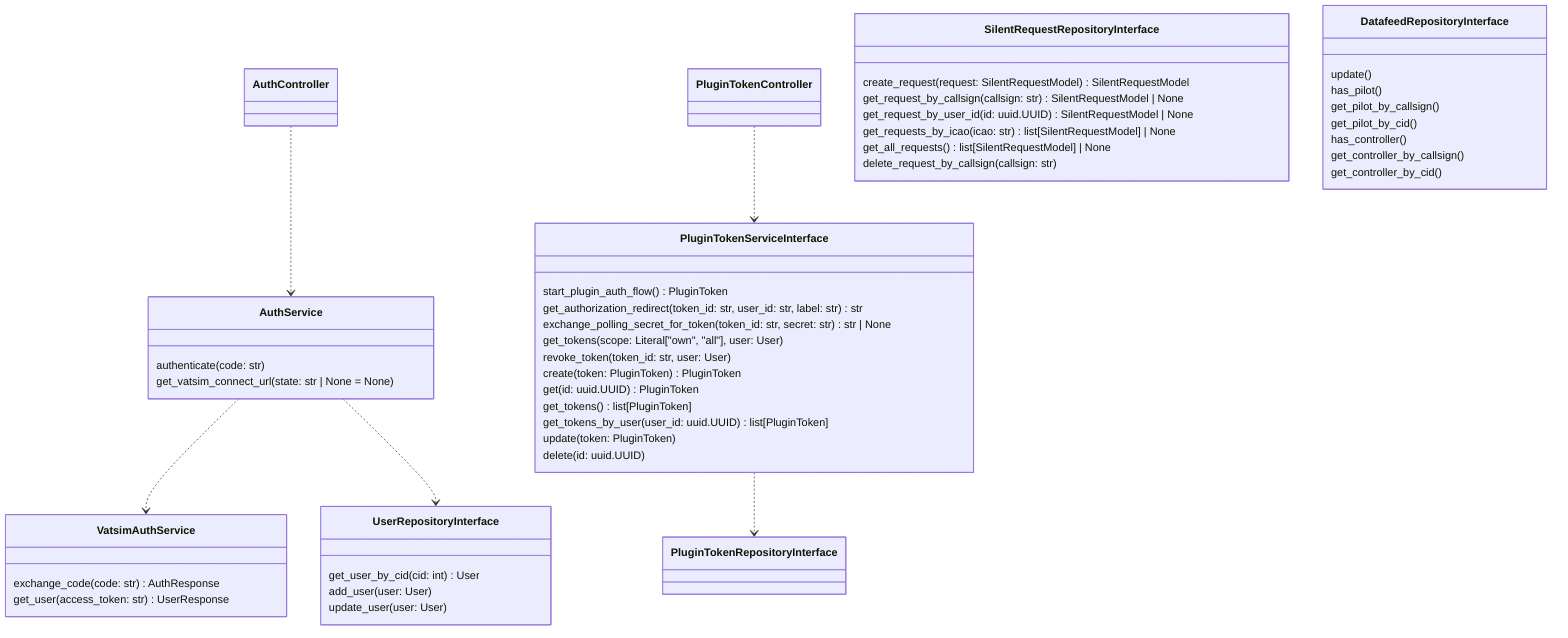
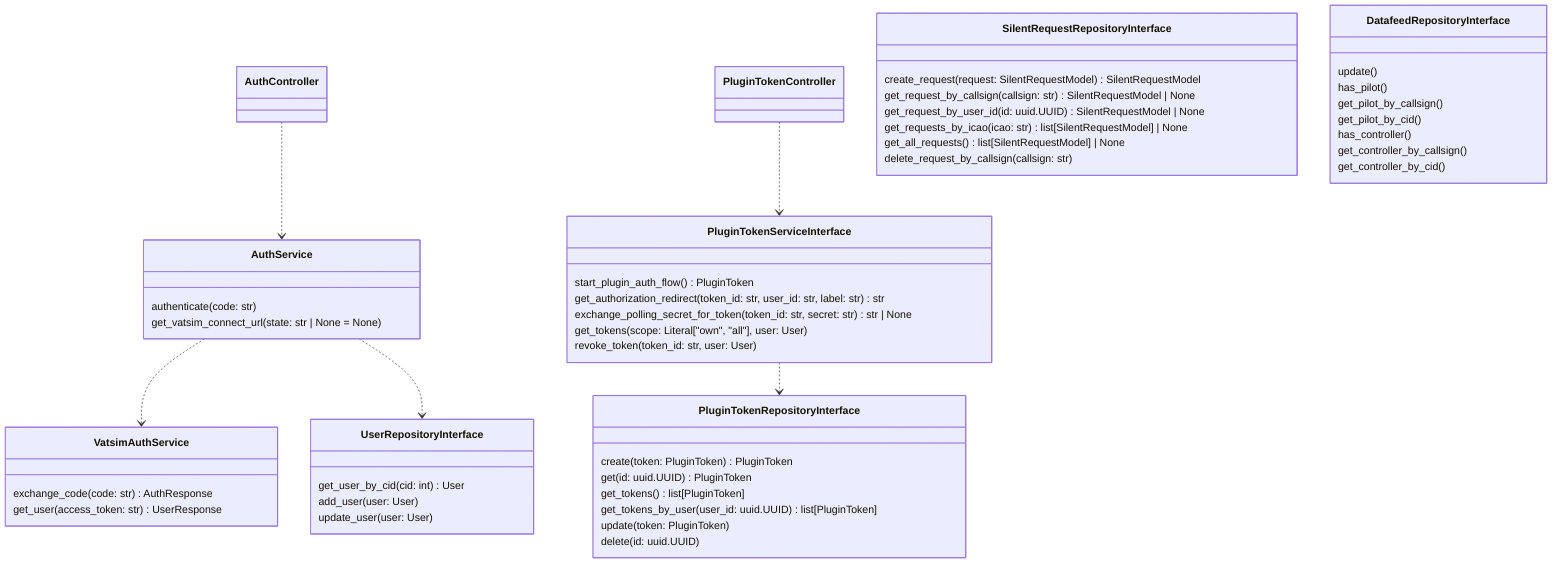
classDiagram
    %% <|--	Inheritance
    %% *--	Composition
    %% o--	Aggregation
    %% -->	Association
    %% --	Link (Solid)
    %% ..>	Dependency
    %% ..|>	Realization
    %% ..	Link (Dashed)

    %% Auth:

    class AuthController {
    }

    AuthController ..> AuthService

    class AuthService {
        authenticate(code: str)
        get_vatsim_connect_url(state: str | None = None)
    }

    AuthService ..> VatsimAuthService
    AuthService ..> UserRepositoryInterface

    class VatsimAuthService {
        exchange_code(code: str) AuthResponse
        get_user(access_token: str) UserResponse
    }

    class UserRepositoryInterface {
        get_user_by_cid(cid: int) User
        add_user(user: User)
        update_user(user: User)
    }

    %% Plugin Token:

    class PluginTokenController {
    }

    PluginTokenController ..> PluginTokenServiceInterface

    class PluginTokenServiceInterface {
        start_plugin_auth_flow() PluginToken
        get_authorization_redirect(token_id: str, user_id: str, label: str) str
        exchange_polling_secret_for_token(token_id: str, secret: str) str | None
        get_tokens(scope: Literal["own", "all"], user: User)
        revoke_token(token_id: str, user: User)
    }

    PluginTokenServiceInterface ..> PluginTokenRepositoryInterface

-     class PluginTokenServiceInterface {
+     class PluginTokenRepositoryInterface {
        create(token: PluginToken) PluginToken
        get(id: uuid.UUID) PluginToken
        get_tokens() list[PluginToken]
        get_tokens_by_user(user_id: uuid.UUID) list[PluginToken]
        update(token: PluginToken)
        delete(id: uuid.UUID)
    }

    %% SilentRequest:

    class SilentRequestRepositoryInterface {
        create_request(request: SilentRequestModel) SilentRequestModel
        get_request_by_callsign(callsign: str) SilentRequestModel | None
        get_request_by_user_id(id: uuid.UUID) SilentRequestModel | None
        get_requests_by_icao(icao: str) list[SilentRequestModel] | None
        get_all_requests() list[SilentRequestModel] | None
        delete_request_by_callsign(callsign: str)
    }

    %% Datafeed:

    class DatafeedRepositoryInterface {
        update()
        has_pilot()
        get_pilot_by_callsign()
        get_pilot_by_cid()
        has_controller()
        get_controller_by_callsign()
        get_controller_by_cid()
    }